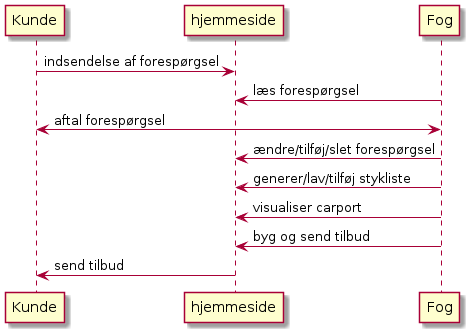
The PlantUML diagram Diagrams/out/businessprocess/businessprocess.png in stoxhorn/Carport, before a commit.
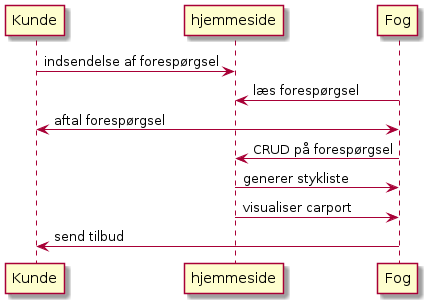
The same diagram one commit later.

Diff of the diagram source:
```diff
@@ -3,11 +3,10 @@
 Kunde -> hjemmeside : indsendelse af forespørgsel
 Fog -> hjemmeside : læs forespørgsel
 Fog <-> Kunde : aftal forespørgsel
-Fog -> hjemmeside : ændre/tilføj/slet forespørgsel
-Fog -> hjemmeside : generer/lav/tilføj stykliste
-Fog -> hjemmeside : visualiser carport
-Fog -> hjemmeside : byg og send tilbud
-hjemmeside -> Kunde: send tilbud
+Fog -> hjemmeside : CRUD på forespørgsel
+Fog <- hjemmeside : generer stykliste
+Fog <- hjemmeside : visualiser carport
+Fog -> Kunde: send tilbud
 
 
 @enduml
```
